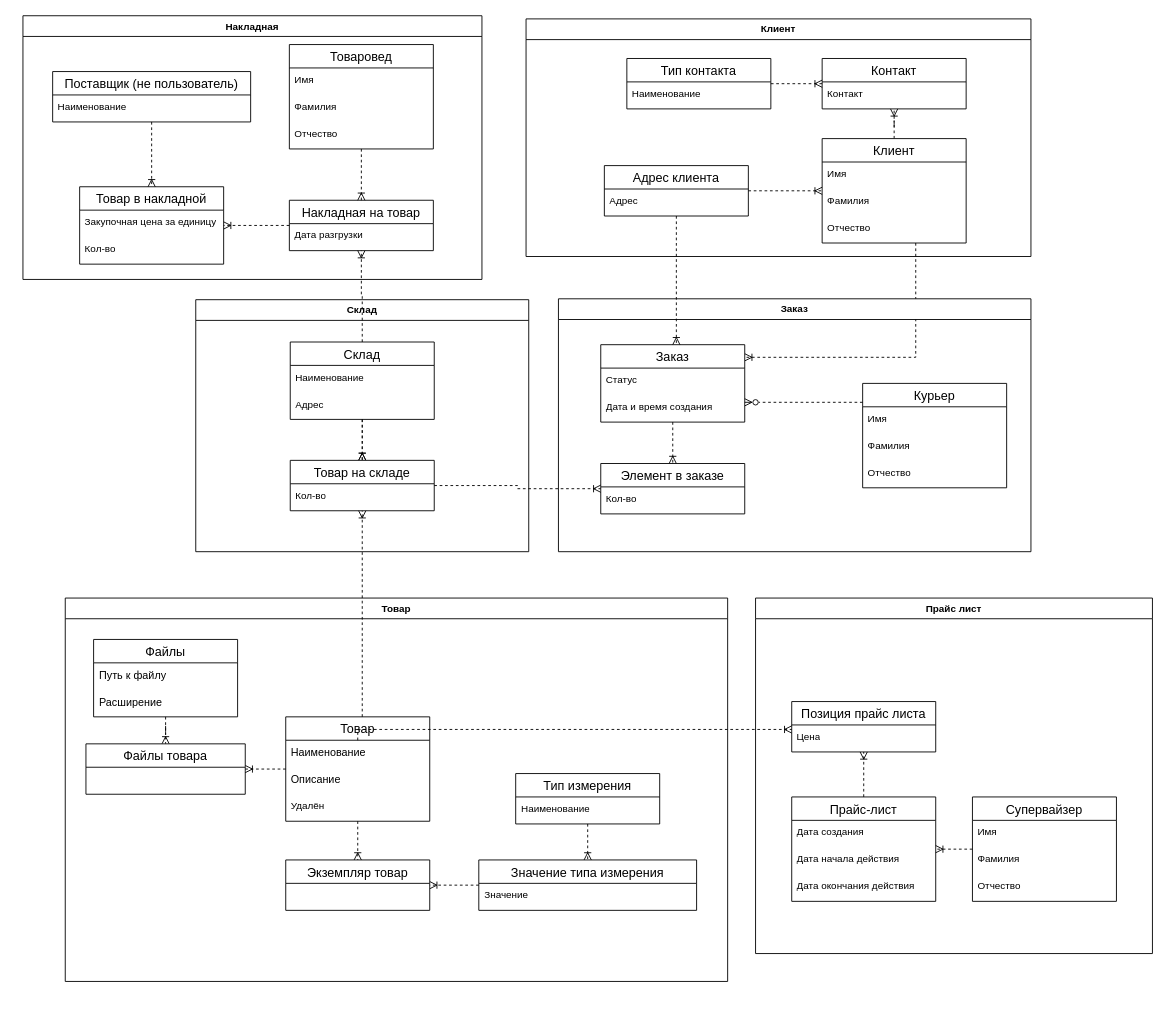
Earlier version of the draw.io diagram Информационно-логическая диаграмма базы данных.drawio (VladZainullin/LiquorStore). Source tidied: cells renumbered, new cells numbered last; positions are measured from the earlier drawing's top-left corner, leaving out a move shared by most shapes. Both pictures are drawn from the tidied source at 90%, with x=0, y=0 at pixel (22, 15).
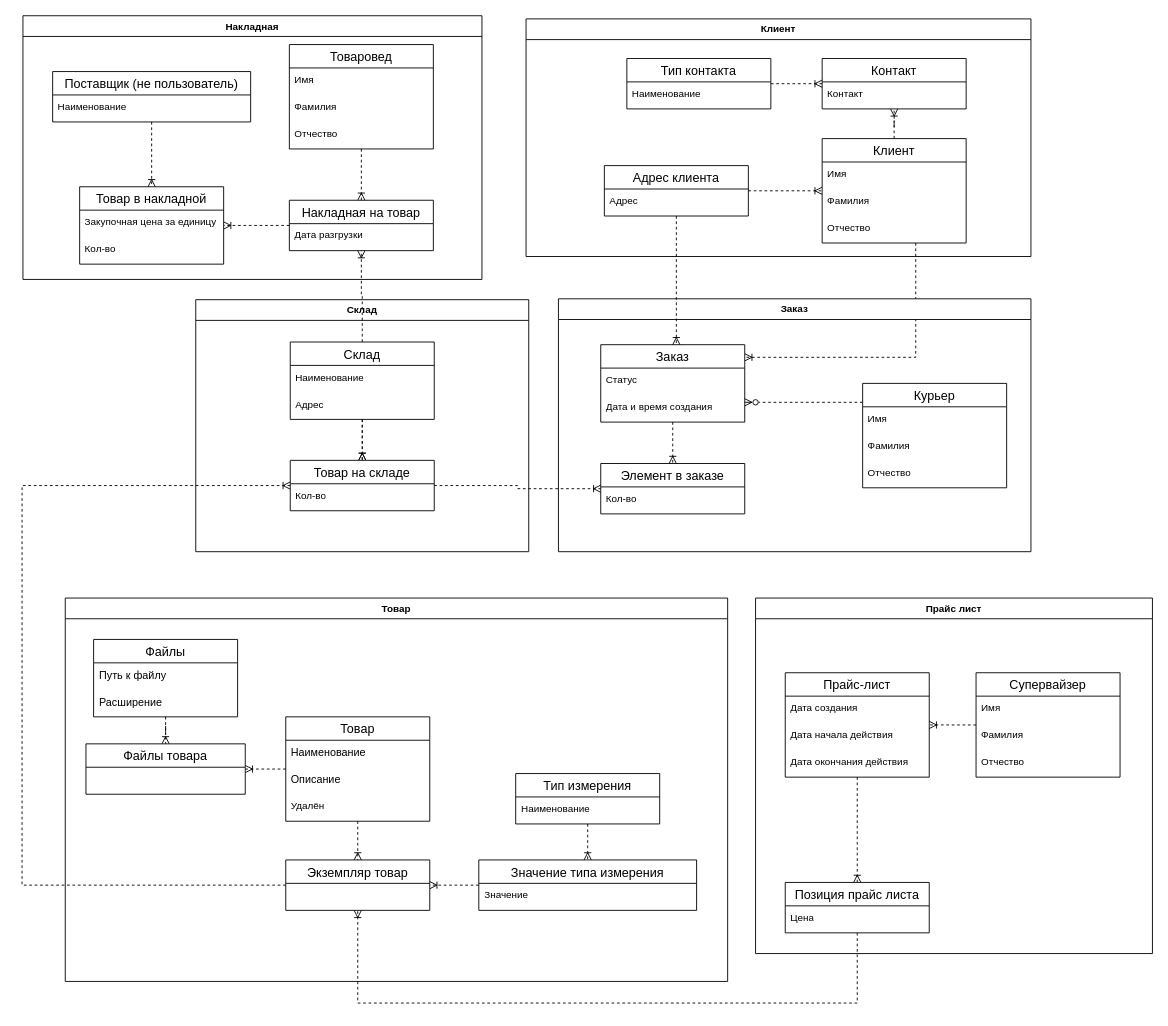
After the change.

The change refers to these unchanged cells:
```xml
<mxCell id="21" value="Товар" style="swimlane;fontStyle=0;horizontal=1;startSize=26;align=center;fontSize=14;" parent="18" vertex="1">
  <mxGeometry x="245" y="132" width="160" height="116" as="geometry" />
</mxCell>
<mxCell id="22" value="Наименование" style="text;strokeColor=none;fillColor=none;spacingLeft=4;spacingRight=4;overflow=hidden;points=[[0,0.5],[1,0.5]];portConstraint=eastwest;fontSize=12;whiteSpace=wrap;html=1;" parent="21" vertex="1">
  <mxGeometry y="26" width="160" height="30" as="geometry" />
</mxCell>
<mxCell id="36" value="Экземпляр товар" style="swimlane;fontStyle=0;horizontal=1;startSize=26;align=center;fontSize=14;fontFamily=Helvetica;fontColor=default;labelBackgroundColor=default;" parent="18" vertex="1">
  <mxGeometry x="245" y="291" width="160" height="56" as="geometry" />
</mxCell>
<mxCell id="68" value="Прайс лист" style="swimlane;whiteSpace=wrap;html=1;fontFamily=Helvetica;fontSize=11;fontColor=default;labelBackgroundColor=default;" parent="1" vertex="1">
  <mxGeometry x="814" y="647" width="441" height="395" as="geometry" />
</mxCell>
<mxCell id="84" value="Товар на складе" style="swimlane;fontStyle=0;horizontal=1;startSize=26;align=center;fontSize=14;fontFamily=Helvetica;fontColor=default;labelBackgroundColor=default;" parent="1" vertex="1">
  <mxGeometry x="297" y="494" width="160" height="56" as="geometry" />
</mxCell>
```

Change to the diagram source:
```diff
@@
     <mxCell id="70" value="Прайс-лист" style="swimlane;fontStyle=0;horizontal=1;startSize=26;align=center;fontSize=14;fontFamily=Helvetica;fontColor=default;labelBackgroundColor=default;" parent="68" vertex="1">
-      <mxGeometry x="40.2" y="221" width="160" height="116" as="geometry" />
+      <mxGeometry x="33" y="83" width="160" height="116" as="geometry" />
     </mxCell>
@@
     <mxCell id="74" value="Позиция прайс листа" style="swimlane;fontStyle=0;horizontal=1;startSize=26;align=center;fontSize=14;fontFamily=Helvetica;fontColor=default;labelBackgroundColor=default;" parent="68" vertex="1">
-      <mxGeometry x="40.2" y="115" width="160" height="56" as="geometry" />
+      <mxGeometry x="33" y="316" width="160" height="56" as="geometry" />
     </mxCell>
@@
     <mxCell id="77" value="Супервайзер" style="swimlane;fontStyle=0;horizontal=1;startSize=26;align=center;fontSize=14;fontFamily=Helvetica;fontColor=default;labelBackgroundColor=default;" parent="68" vertex="1">
-      <mxGeometry x="241" y="221" width="160" height="116" as="geometry" />
+      <mxGeometry x="245" y="83" width="160" height="116" as="geometry" />
     </mxCell>
@@
-    <mxCell id="86" style="edgeStyle=orthogonalEdgeStyle;shape=connector;rounded=0;jettySize=auto;html=1;dashed=1;strokeColor=default;align=center;verticalAlign=middle;fontFamily=Helvetica;fontSize=11;fontColor=default;labelBackgroundColor=default;endArrow=ERoneToMany;endFill=0;" parent="1" edge="1" source="22" target="74">
-      <mxGeometry relative="1" as="geometry">
-        <Array as="points">
-          <mxPoint x="372" y="793" />
-        </Array>
-      </mxGeometry>
-    </mxCell>
-    <mxCell id="87" style="edgeStyle=orthogonalEdgeStyle;shape=connector;rounded=0;jettySize=auto;html=1;dashed=1;strokeColor=default;align=center;verticalAlign=middle;fontFamily=Helvetica;fontSize=11;fontColor=default;labelBackgroundColor=default;endArrow=ERoneToMany;endFill=0;" parent="1" edge="1" source="21" target="84">
+    <mxCell id="87" style="edgeStyle=orthogonalEdgeStyle;shape=connector;rounded=0;jettySize=auto;html=1;dashed=1;strokeColor=default;align=center;verticalAlign=middle;fontFamily=Helvetica;fontSize=11;fontColor=default;labelBackgroundColor=default;endArrow=ERoneToMany;endFill=0;" parent="1" edge="1" source="36" target="84">
       <mxGeometry relative="1" as="geometry">
         <Array as="points">
-          <mxPoint x="377" y="719" />
-          <mxPoint x="377" y="719" />
+          <mxPoint x="-1" y="966" />
+          <mxPoint x="-1" y="522" />
         </Array>
       </mxGeometry>
     </mxCell>
@@
+    <mxCell id="89" style="edgeStyle=orthogonalEdgeStyle;rounded=0;jettySize=auto;html=1;dashed=1;endArrow=ERoneToMany;endFill=0;" parent="1" edge="1" source="74" target="36">
+      <mxGeometry relative="1" as="geometry">
+        <Array as="points">
+          <mxPoint x="927" y="1097" />
+          <mxPoint x="372" y="1097" />
+        </Array>
+      </mxGeometry>
+    </mxCell>
```
